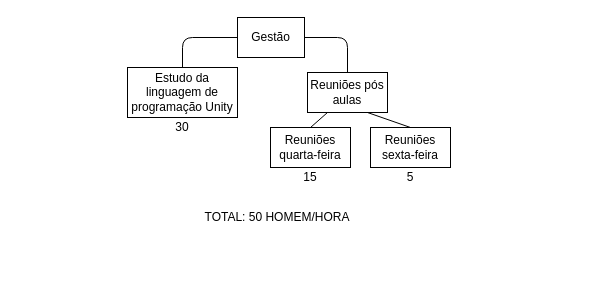
This is Arquivos de gestão/Reuniões/EAP Reuniões + Poker.drawio from marcosousa-uff/Rummikuff, a draw.io file, before an edit. Source tidied: cells renumbered, new cells numbered last; positions are measured from the earlier drawing's top-left corner, leaving out a move shared by most shapes. Both pictures are drawn from the tidied source at 100%, with x=0, y=0 at pixel (127, 17).
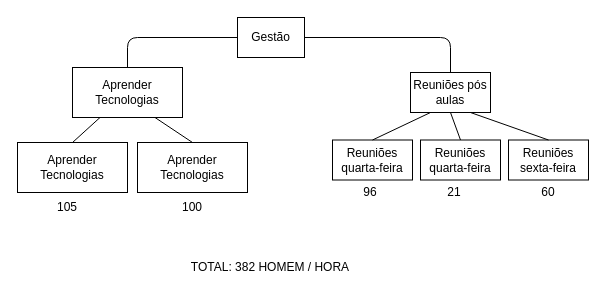
The same page after the edit.

Unchanged cells that the change refers to:
```xml
<mxCell id="2" value="Gestão" style="rounded=0;whiteSpace=wrap;html=1;" parent="1" vertex="1">
  <mxGeometry x="110" width="67" height="40" as="geometry" />
</mxCell>
```

Change to the diagram source:
```diff
@@
     <mxCell id="3" value="Reuniões pós aulas" style="rounded=0;whiteSpace=wrap;html=1;" parent="1" vertex="1">
-      <mxGeometry x="180" y="55" width="80" height="40" as="geometry" />
+      <mxGeometry x="283" y="55" width="80" height="40" as="geometry" />
     </mxCell>
-    <mxCell id="4" value="Estudo da linguagem de programação Unity" style="rounded=0;whiteSpace=wrap;html=1;" parent="1" vertex="1">
-      <mxGeometry y="50" width="110" height="50" as="geometry" />
+    <mxCell id="4" value="Aprender Tecnologias" style="rounded=0;whiteSpace=wrap;html=1;" parent="1" vertex="1">
+      <mxGeometry x="-55" y="50" width="110" height="50" as="geometry" />
     </mxCell>
     <mxCell id="5" value="Reuniões quarta-feira" style="rounded=0;whiteSpace=wrap;html=1;" parent="1" vertex="1">
-      <mxGeometry x="143" y="110" width="80" height="40" as="geometry" />
+      <mxGeometry x="205" y="122.5" width="80" height="40" as="geometry" />
     </mxCell>
     <mxCell id="6" value="Reuniões sexta-feira" style="rounded=0;whiteSpace=wrap;html=1;" parent="1" vertex="1">
-      <mxGeometry x="243" y="110" width="80" height="40" as="geometry" />
+      <mxGeometry x="381" y="122.5" width="80" height="40" as="geometry" />
     </mxCell>
     <mxCell id="7" style="endArrow=none;html=1;entryX=0;entryY=0.5;entryDx=0;entryDy=0;exitX=0.5;exitY=0;exitDx=0;exitDy=0;" parent="1" edge="1" source="4" target="2">
       <mxGeometry relative="1" as="geometry">
         <Array as="points">
-          <mxPoint x="55" y="20" />
+          <mxPoint y="20" />
         </Array>
       </mxGeometry>
     </mxCell>
     <mxCell id="8" style="endArrow=none;html=1;entryX=1;entryY=0.5;entryDx=0;entryDy=0;exitX=0.5;exitY=0;exitDx=0;exitDy=0;" parent="1" edge="1" source="3" target="2">
       <mxGeometry relative="1" as="geometry">
         <Array as="points">
-          <mxPoint x="220" y="20" />
+          <mxPoint x="323" y="20" />
         </Array>
       </mxGeometry>
     </mxCell>
@@
-    <mxCell id="11" value="30" style="text;html=1;strokeColor=none;fillColor=none;align=center;verticalAlign=middle;whiteSpace=wrap;rounded=0;" parent="1" vertex="1">
-      <mxGeometry x="35" y="100" width="40" height="20" as="geometry" />
+    <mxCell id="11" value="105" style="text;html=1;strokeColor=none;fillColor=none;align=center;verticalAlign=middle;whiteSpace=wrap;rounded=0;" parent="1" vertex="1">
+      <mxGeometry x="-80" y="180" width="40" height="20" as="geometry" />
     </mxCell>
-    <mxCell id="12" value="15" style="text;html=1;strokeColor=none;fillColor=none;align=center;verticalAlign=middle;whiteSpace=wrap;rounded=0;" parent="1" vertex="1">
-      <mxGeometry x="163" y="150" width="40" height="20" as="geometry" />
+    <mxCell id="12" value="96" style="text;html=1;strokeColor=none;fillColor=none;align=center;verticalAlign=middle;whiteSpace=wrap;rounded=0;" parent="1" vertex="1">
+      <mxGeometry x="223" y="165" width="40" height="20" as="geometry" />
     </mxCell>
-    <mxCell id="13" value="5" style="text;html=1;strokeColor=none;fillColor=none;align=center;verticalAlign=middle;whiteSpace=wrap;rounded=0;" parent="1" vertex="1">
-      <mxGeometry x="263" y="150" width="40" height="20" as="geometry" />
+    <mxCell id="13" value="60&lt;br&gt;" style="text;html=1;strokeColor=none;fillColor=none;align=center;verticalAlign=middle;whiteSpace=wrap;rounded=0;" parent="1" vertex="1">
+      <mxGeometry x="401" y="165" width="40" height="20" as="geometry" />
     </mxCell>
-    <mxCell id="14" value="TOTAL: 50 HOMEM/HORA" style="text;html=1;strokeColor=none;fillColor=none;align=center;verticalAlign=middle;whiteSpace=wrap;rounded=0;" parent="1" vertex="1">
-      <mxGeometry y="190" width="300" height="20" as="geometry" />
+    <mxCell id="14" value="TOTAL: 382 HOMEM / HORA" style="text;html=1;strokeColor=none;fillColor=none;align=center;verticalAlign=middle;whiteSpace=wrap;rounded=0;" parent="1" vertex="1">
+      <mxGeometry x="-7" y="240" width="300" height="20" as="geometry" />
     </mxCell>
+    <mxCell id="15" value="Aprender Tecnologias" style="rounded=0;whiteSpace=wrap;html=1;" parent="1" vertex="1">
+      <mxGeometry x="-110" y="125" width="110" height="50" as="geometry" />
+    </mxCell>
+    <mxCell id="16" value="Aprender Tecnologias" style="rounded=0;whiteSpace=wrap;html=1;" parent="1" vertex="1">
+      <mxGeometry x="10" y="125" width="110" height="50" as="geometry" />
+    </mxCell>
+    <mxCell id="17" value="100" style="text;html=1;strokeColor=none;fillColor=none;align=center;verticalAlign=middle;whiteSpace=wrap;rounded=0;" parent="1" vertex="1">
+      <mxGeometry x="50" y="180" width="30" height="20" as="geometry" />
+    </mxCell>
+    <mxCell id="18" value="Reuniões quarta-feira" style="rounded=0;whiteSpace=wrap;html=1;" parent="1" vertex="1">
+      <mxGeometry x="293" y="122.5" width="80" height="40" as="geometry" />
+    </mxCell>
+    <mxCell id="19" style="endArrow=none;html=1;entryX=0.5;entryY=1;entryDx=0;entryDy=0;exitX=0.5;exitY=0;exitDx=0;exitDy=0;" parent="1" edge="1" source="18" target="3">
+      <mxGeometry relative="1" as="geometry" />
+    </mxCell>
+    <mxCell id="20" style="endArrow=none;html=1;entryX=0.25;entryY=1;entryDx=0;entryDy=0;exitX=0.5;exitY=0;exitDx=0;exitDy=0;" parent="1" edge="1" source="15" target="4">
+      <mxGeometry relative="1" as="geometry" />
+    </mxCell>
+    <mxCell id="21" style="endArrow=none;html=1;entryX=0.75;entryY=1;entryDx=0;entryDy=0;exitX=0.5;exitY=0;exitDx=0;exitDy=0;" parent="1" edge="1" source="16" target="4">
+      <mxGeometry relative="1" as="geometry" />
+    </mxCell>
+    <mxCell id="22" value="21" style="text;html=1;strokeColor=none;fillColor=none;align=center;verticalAlign=middle;whiteSpace=wrap;rounded=0;" parent="1" vertex="1">
+      <mxGeometry x="306.5" y="165" width="40" height="20" as="geometry" />
+    </mxCell>
```
